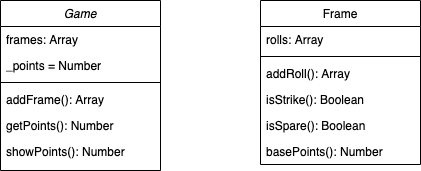
makersacademy/bowling-challenge keeps this draw.io diagram as public/images/BowlingChallenge.png. Above is the earlier version. Source tidied: cells renumbered, new cells last; positions are measured from the earlier drawing's top-left corner, leaving out a move shared by most shapes.
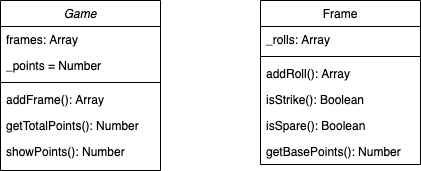
The same diagram one commit later.

Commit message:
updated class diagram, added getBasePoints() to Frame class and refactored getTotalPoints() for Game class

Change to the diagram source:
```diff
@@ -17,7 +17,7 @@
     <mxCell id="6" value="addFrame(): Array" style="text;align=left;verticalAlign=top;spacingLeft=4;spacingRight=4;overflow=hidden;rounded=0;shadow=0;html=0;" parent="2" vertex="1">
       <mxGeometry y="86" width="160" height="26" as="geometry" />
     </mxCell>
-    <mxCell id="7" value="getPoints(): Number" style="text;align=left;verticalAlign=top;spacingLeft=4;spacingRight=4;overflow=hidden;rounded=0;shadow=0;html=0;" parent="2" vertex="1">
+    <mxCell id="7" value="getTotalPoints(): Number" style="text;align=left;verticalAlign=top;spacingLeft=4;spacingRight=4;overflow=hidden;rounded=0;shadow=0;html=0;" parent="2" vertex="1">
       <mxGeometry y="112" width="160" height="26" as="geometry" />
     </mxCell>
     <mxCell id="8" value="showPoints(): Number" style="text;align=left;verticalAlign=top;spacingLeft=4;spacingRight=4;overflow=hidden;rounded=0;shadow=0;html=0;" parent="2" vertex="1">
@@ -26,7 +26,7 @@
     <mxCell id="9" value="Frame" style="swimlane;fontStyle=0;align=center;verticalAlign=top;horizontal=1;startSize=26;rounded=0;shadow=0;strokeWidth=1;" parent="1" vertex="1">
       <mxGeometry x="260" width="160" height="164" as="geometry" />
     </mxCell>
-    <mxCell id="10" value="rolls: Array" style="text;align=left;verticalAlign=top;spacingLeft=4;spacingRight=4;overflow=hidden;" parent="9" vertex="1">
+    <mxCell id="10" value="_rolls: Array" style="text;align=left;verticalAlign=top;spacingLeft=4;spacingRight=4;overflow=hidden;" parent="9" vertex="1">
       <mxGeometry y="26" width="160" height="26" as="geometry" />
     </mxCell>
     <mxCell id="11" style="line;html=1;strokeWidth=1;align=left;verticalAlign=middle;spacingTop=-1;spacingLeft=3;spacingRight=3;labelPosition=right;" parent="9" vertex="1">
@@ -41,7 +41,7 @@
     <mxCell id="14" value="isSpare(): Boolean" style="text;align=left;verticalAlign=top;spacingLeft=4;spacingRight=4;overflow=hidden;" parent="9" vertex="1">
       <mxGeometry y="112" width="160" height="26" as="geometry" />
     </mxCell>
-    <mxCell id="15" value="basePoints(): Number" style="text;align=left;verticalAlign=top;spacingLeft=4;spacingRight=4;overflow=hidden;" parent="9" vertex="1">
+    <mxCell id="15" value="getBasePoints(): Number" style="text;align=left;verticalAlign=top;spacingLeft=4;spacingRight=4;overflow=hidden;" parent="9" vertex="1">
       <mxGeometry y="138" width="160" height="26" as="geometry" />
     </mxCell>
   </root>
```
